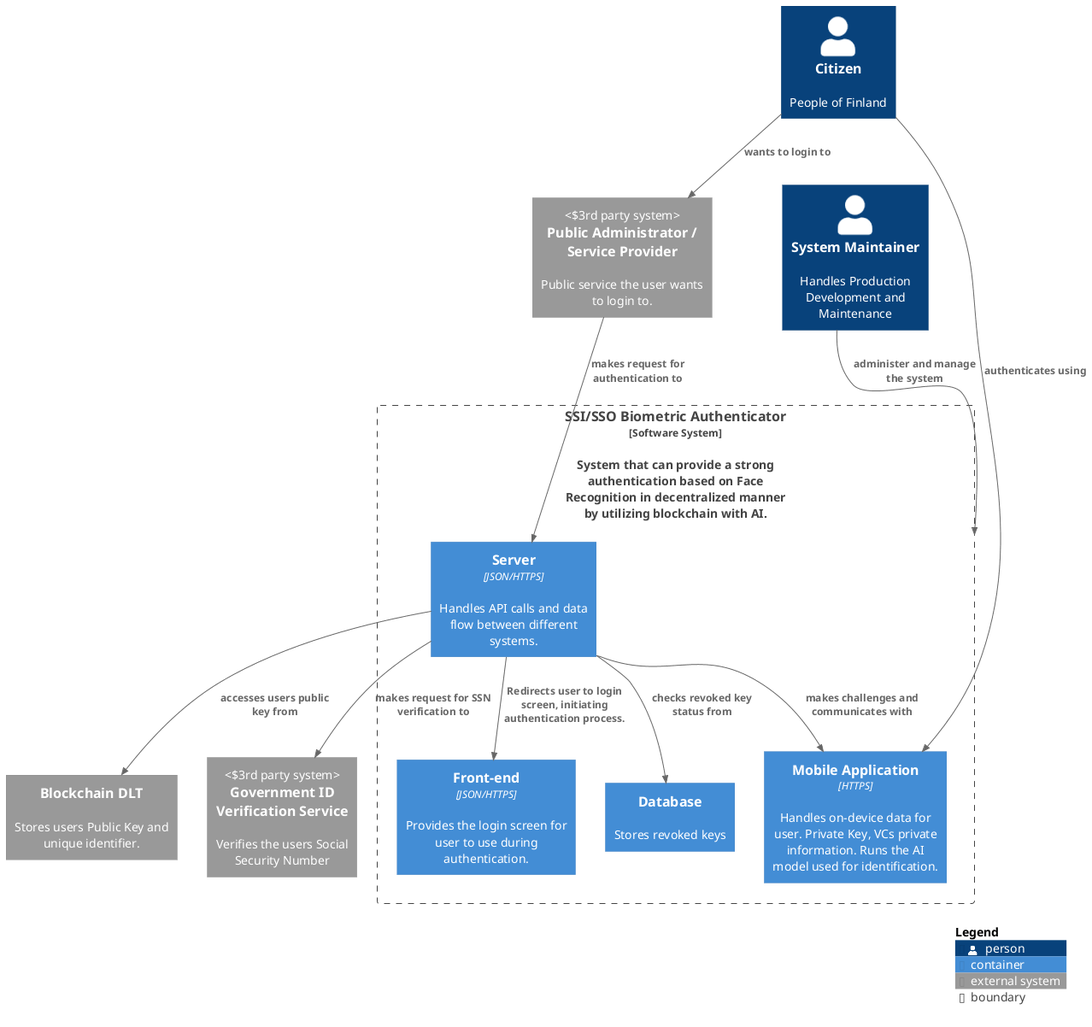
Dorfultariant/Architecture_Diagrams keeps this PlantUML diagram as images/Container.png. Above is the earlier version.
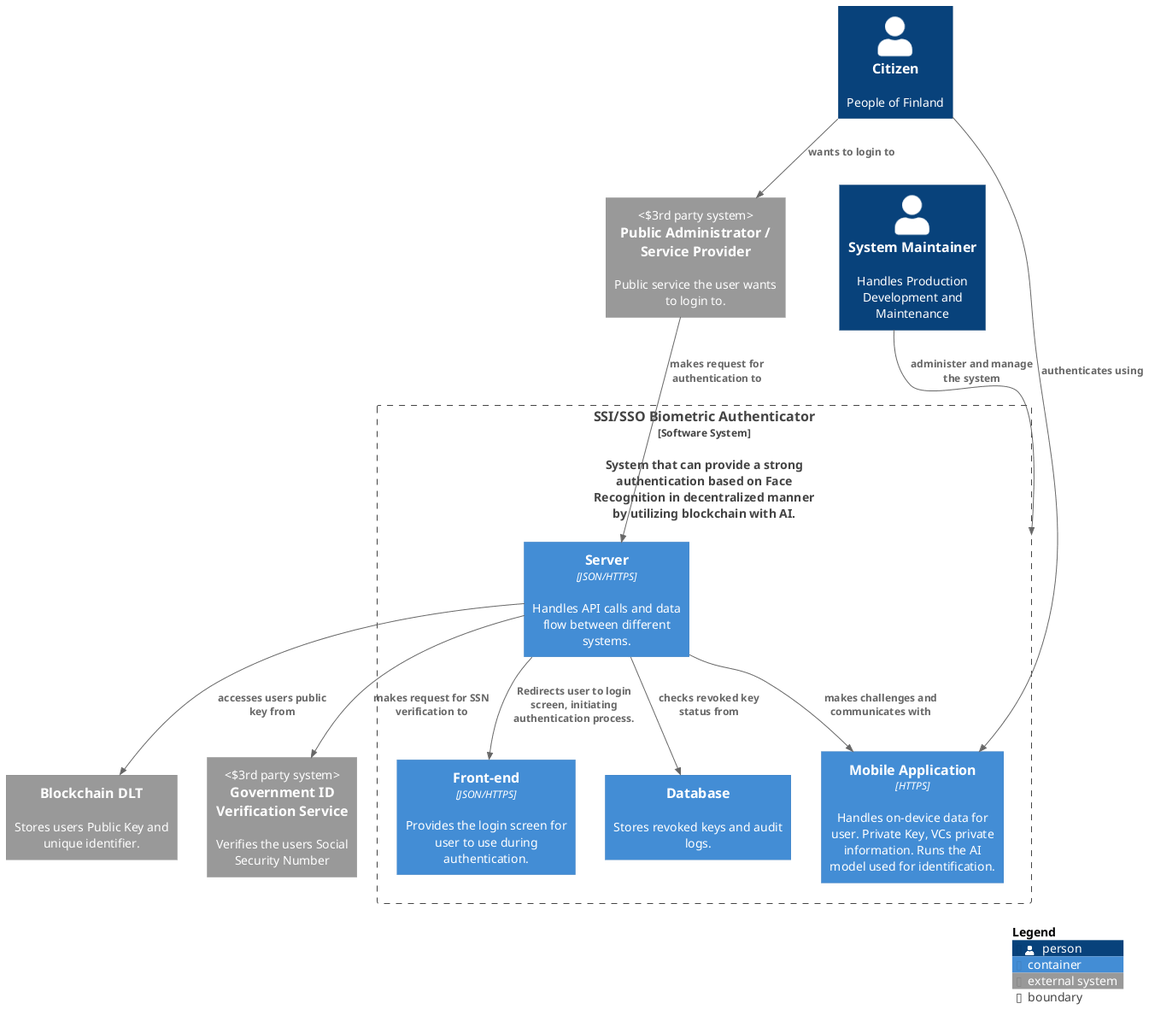
The same diagram one commit later.

Commit message:
Updated container and component backend

Change to the diagram source:
```diff
@@ -13,7 +13,7 @@
 Boundary(useless_auth, "SSI/SSO Biometric Authenticator", "Software System", "", "", "System that can provide a strong authentication based on Face Recognition in decentralized manner by utilizing blockchain with AI.") {
     Container(backend, "Server", "JSON/HTTPS", "Handles API calls and data flow between different systems.")
     Container(frontend, "Front-end", "JSON/HTTPS", "Provides the login screen for user to use during authentication.")
-    Container(db, "Database", "", "Stores revoked keys")
+    Container(db, "Database", "", "Stores revoked keys and audit logs.")
     Container(phoneapp, "Mobile Application", "HTTPS", "Handles on-device data for user. Private Key, VCs private information. Runs the AI model used for identification.")
 
     Rel(backend, phoneapp, "makes challenges and communicates with")
```
